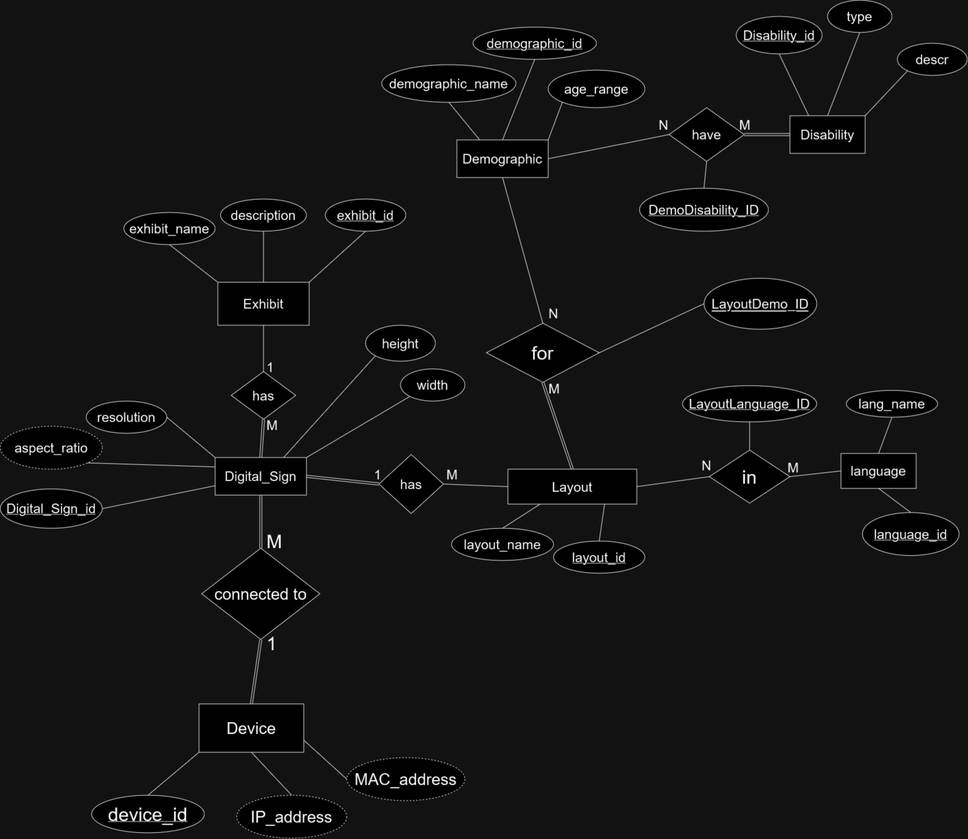
The draw.io diagram Database_Formulation/Science_Center.png in KORAY-AMAN-ASLAN/Project_SIMS_Technichus_Group, before a commit. Source tidied: cells renumbered, new cells last; positions are measured from the earlier drawing's top-left corner, leaving out a move shared by most shapes.
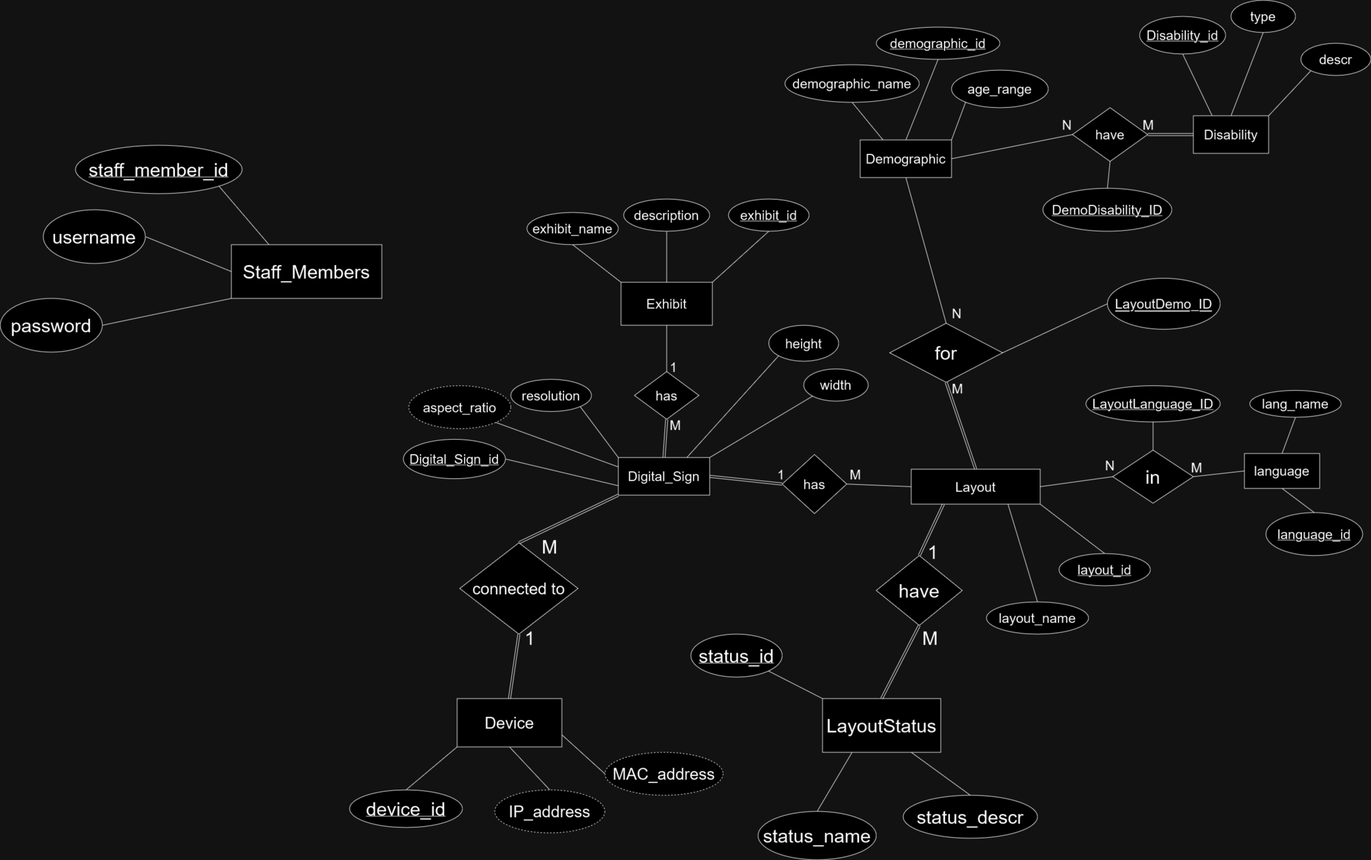
The same diagram one commit later.

Commit message:
added individual reflections, updated database ER diagram, and added UML component diagram

The edit, as a diff of the source:
```diff
@@ -48,9 +48,9 @@
       <mxGeometry x="905" y="601.2" width="210" height="110" as="geometry" />
     </mxCell>
     <mxCell id="17" value="&lt;font style=&quot;font-size: 25px;&quot;&gt;layout_id&lt;/font&gt;" style="ellipse;whiteSpace=wrap;html=1;align=center;fontStyle=4;" parent="1" vertex="1">
-      <mxGeometry x="1030" y="1006.8" width="170" height="60" as="geometry" />
+      <mxGeometry x="1220" y="1030" width="170" height="60" as="geometry" />
     </mxCell>
-    <mxCell id="18" style="endArrow=none;html=1;rounded=0;entryX=0.5;entryY=0;entryDx=0;entryDy=0;exitX=0.75;exitY=1;exitDx=0;exitDy=0;" parent="1" edge="1" source="15" target="17">
+    <mxCell id="18" style="endArrow=none;html=1;rounded=0;entryX=0.5;entryY=0;entryDx=0;entryDy=0;exitX=1;exitY=1;exitDx=0;exitDy=0;" parent="1" edge="1" source="15" target="17">
       <mxGeometry relative="1" as="geometry" />
     </mxCell>
     <mxCell id="19" style="endArrow=none;html=1;rounded=0;exitX=1;exitY=0.5;exitDx=0;exitDy=0;entryX=0;entryY=0.5;entryDx=0;entryDy=0;" parent="1" edge="1" source="33" target="15">
@@ -72,9 +72,9 @@
       <mxGeometry x="1015" y="701.2" width="40" height="30" as="geometry" />
     </mxCell>
     <mxCell id="25" value="&lt;font style=&quot;font-size: 25px;&quot;&gt;layout_name&lt;/font&gt;" style="ellipse;whiteSpace=wrap;html=1;align=center;" parent="1" vertex="1">
-      <mxGeometry x="840" y="983" width="190" height="60" as="geometry" />
+      <mxGeometry x="1085" y="1120" width="190" height="60" as="geometry" />
     </mxCell>
-    <mxCell id="26" style="endArrow=none;html=1;rounded=0;entryX=0.5;entryY=0;entryDx=0;entryDy=0;exitX=0.25;exitY=1;exitDx=0;exitDy=0;" parent="1" edge="1" source="15" target="25">
+    <mxCell id="26" style="endArrow=none;html=1;rounded=0;entryX=0.5;entryY=0;entryDx=0;entryDy=0;exitX=0.75;exitY=1;exitDx=0;exitDy=0;" parent="1" edge="1" source="15" target="25">
       <mxGeometry relative="1" as="geometry" />
     </mxCell>
     <mxCell id="27" value="&lt;font style=&quot;font-size: 25px;&quot;&gt;demographic_name&lt;/font&gt;" style="ellipse;whiteSpace=wrap;html=1;align=center;" parent="1" vertex="1">
@@ -195,7 +195,7 @@
       <mxGeometry x="430" y="691.2" width="120" height="88.8" as="geometry" />
     </mxCell>
     <mxCell id="66" value="&lt;font style=&quot;font-size: 25px;&quot;&gt;Digital_Sign_id&lt;/font&gt;" style="ellipse;whiteSpace=wrap;html=1;align=center;fontStyle=4;" parent="1" vertex="1">
-      <mxGeometry y="909.8" width="190" height="73.2" as="geometry" />
+      <mxGeometry y="817.4" width="190" height="73.2" as="geometry" />
     </mxCell>
     <mxCell id="67" value="&lt;font style=&quot;font-size: 25px;&quot;&gt;height&lt;/font&gt;" style="ellipse;whiteSpace=wrap;html=1;align=center;" parent="1" vertex="1">
       <mxGeometry x="680" y="605" width="130" height="67" as="geometry" />
@@ -210,22 +210,22 @@
       <mxGeometry relative="1" as="geometry" />
     </mxCell>
     <mxCell id="71" value="&lt;font style=&quot;font-size: 25px;&quot;&gt;resolution&lt;/font&gt;" style="ellipse;whiteSpace=wrap;html=1;align=center;" parent="1" vertex="1">
-      <mxGeometry x="160" y="746.2" width="150" height="60" as="geometry" />
+      <mxGeometry x="200" y="705.6" width="150" height="60" as="geometry" />
     </mxCell>
     <mxCell id="72" value="&lt;font style=&quot;font-size: 25px;&quot;&gt;aspect_ratio&lt;/font&gt;" style="ellipse;whiteSpace=wrap;html=1;align=center;dashed=1;" parent="1" vertex="1">
-      <mxGeometry y="793" width="190" height="80" as="geometry" />
+      <mxGeometry x="10" y="717.5" width="190" height="80" as="geometry" />
     </mxCell>
-    <mxCell id="73" style="endArrow=none;html=1;rounded=0;exitX=1;exitY=0.5;exitDx=0;exitDy=0;entryX=0;entryY=0;entryDx=0;entryDy=0;" parent="1" edge="1" source="71" target="64">
+    <mxCell id="73" style="endArrow=none;html=1;rounded=0;exitX=1;exitY=1;exitDx=0;exitDy=0;entryX=0;entryY=0;entryDx=0;entryDy=0;" parent="1" edge="1" source="71" target="64">
       <mxGeometry relative="1" as="geometry" />
     </mxCell>
     <mxCell id="74" style="endArrow=none;html=1;rounded=0;exitX=1;exitY=1;exitDx=0;exitDy=0;entryX=0;entryY=0.25;entryDx=0;entryDy=0;" parent="1" edge="1" source="72" target="64">
       <mxGeometry relative="1" as="geometry" />
     </mxCell>
     <mxCell id="75" value="&lt;font style=&quot;font-size: 30px;&quot;&gt;connected to&lt;/font&gt;" style="shape=rhombus;perimeter=rhombusPerimeter;whiteSpace=wrap;html=1;align=center;" parent="1" vertex="1">
-      <mxGeometry x="375" y="1020" width="220" height="170" as="geometry" />
+      <mxGeometry x="105" y="1010" width="220" height="170" as="geometry" />
     </mxCell>
     <mxCell id="76" value="&lt;font style=&quot;font-size: 30px;&quot;&gt;Device&lt;/font&gt;" style="whiteSpace=wrap;html=1;align=center;" parent="1" vertex="1">
-      <mxGeometry x="370" y="1310" width="195" height="90" as="geometry" />
+      <mxGeometry x="100" y="1300" width="195" height="90" as="geometry" />
     </mxCell>
     <mxCell id="77" style="endArrow=none;html=1;rounded=0;entryX=0.5;entryY=0;entryDx=0;entryDy=0;exitX=0;exitY=1;exitDx=0;exitDy=0;" parent="1" edge="1" source="76" target="82">
       <mxGeometry relative="1" as="geometry" />
@@ -233,17 +233,17 @@
     <mxCell id="78" style="shape=link;html=1;rounded=0;exitX=0.5;exitY=1;exitDx=0;exitDy=0;entryX=0.5;entryY=0;entryDx=0;entryDy=0;" parent="1" edge="1" source="75" target="76">
       <mxGeometry relative="1" as="geometry" />
     </mxCell>
-    <mxCell id="79" style="shape=link;html=1;rounded=0;exitX=0.5;exitY=1;exitDx=0;exitDy=0;entryX=0.5;entryY=0;entryDx=0;entryDy=0;" parent="1" edge="1" source="64" target="75">
+    <mxCell id="79" style="shape=link;html=1;rounded=0;exitX=0;exitY=1;exitDx=0;exitDy=0;entryX=0.5;entryY=0;entryDx=0;entryDy=0;" parent="1" edge="1" source="64" target="75">
       <mxGeometry relative="1" as="geometry" />
     </mxCell>
     <mxCell id="80" value="&lt;font style=&quot;font-size: 35px;&quot;&gt;1&lt;/font&gt;" style="text;strokeColor=none;fillColor=none;spacingLeft=4;spacingRight=4;overflow=hidden;fontSize=12;whiteSpace=wrap;html=1;" parent="1" vertex="1">
-      <mxGeometry x="490" y="1170" width="40" height="60" as="geometry" />
+      <mxGeometry x="220" y="1160" width="40" height="60" as="geometry" />
     </mxCell>
     <mxCell id="81" value="&lt;font style=&quot;font-size: 35px;&quot;&gt;M&lt;/font&gt;" style="text;strokeColor=none;fillColor=none;spacingLeft=4;spacingRight=4;overflow=hidden;fontSize=12;whiteSpace=wrap;html=1;" parent="1" vertex="1">
-      <mxGeometry x="490" y="980" width="40" height="50" as="geometry" />
+      <mxGeometry x="252.5" y="990" width="40" height="60" as="geometry" />
     </mxCell>
     <mxCell id="82" value="&lt;font style=&quot;font-size: 35px;&quot;&gt;device_id&lt;/font&gt;" style="ellipse;whiteSpace=wrap;html=1;align=center;fontStyle=4;" parent="1" vertex="1">
-      <mxGeometry x="170" y="1480" width="210" height="70" as="geometry" />
+      <mxGeometry x="-100" y="1470" width="210" height="70" as="geometry" />
     </mxCell>
     <mxCell id="83" style="endArrow=none;html=1;rounded=0;entryX=0.5;entryY=0;entryDx=0;entryDy=0;exitX=0.5;exitY=1;exitDx=0;exitDy=0;" parent="1" edge="1" source="76" target="85">
       <mxGeometry relative="1" as="geometry" />
@@ -252,10 +252,67 @@
       <mxGeometry relative="1" as="geometry" />
     </mxCell>
     <mxCell id="85" value="&lt;font style=&quot;font-size: 30px;&quot;&gt;IP_address&lt;/font&gt;" style="ellipse;whiteSpace=wrap;html=1;align=center;dashed=1;" parent="1" vertex="1">
-      <mxGeometry x="440" y="1480" width="205" height="80" as="geometry" />
+      <mxGeometry x="170" y="1470" width="205" height="80" as="geometry" />
     </mxCell>
     <mxCell id="86" value="&lt;font style=&quot;font-size: 30px;&quot;&gt;MAC_address&lt;/font&gt;" style="ellipse;whiteSpace=wrap;html=1;align=center;dashed=1;" parent="1" vertex="1">
-      <mxGeometry x="645" y="1410" width="220" height="80" as="geometry" />
+      <mxGeometry x="375" y="1400" width="220" height="80" as="geometry" />
     </mxCell>
+    <mxCell id="87" value="&lt;font style=&quot;font-size: 35px;&quot;&gt;LayoutStatus&lt;/font&gt;" style="whiteSpace=wrap;html=1;align=center;" parent="1" vertex="1">
+      <mxGeometry x="780" y="1300" width="220" height="100" as="geometry" />
+    </mxCell>
+    <mxCell id="88" value="&lt;font style=&quot;font-size: 35px;&quot;&gt;have&lt;/font&gt;" style="shape=rhombus;perimeter=rhombusPerimeter;whiteSpace=wrap;html=1;align=center;" parent="1" vertex="1">
+      <mxGeometry x="880" y="1033.8" width="160" height="130" as="geometry" />
+    </mxCell>
+    <mxCell id="89" style="shape=link;html=1;rounded=0;entryX=0.25;entryY=1;entryDx=0;entryDy=0;exitX=0.5;exitY=0;exitDx=0;exitDy=0;" parent="1" edge="1" source="88" target="15">
+      <mxGeometry relative="1" as="geometry" />
+    </mxCell>
+    <mxCell id="90" style="shape=link;html=1;rounded=0;entryX=0.5;entryY=1;entryDx=0;entryDy=0;exitX=0.5;exitY=0;exitDx=0;exitDy=0;" parent="1" edge="1" source="87" target="88">
+      <mxGeometry relative="1" as="geometry" />
+    </mxCell>
+    <mxCell id="91" value="&lt;font style=&quot;font-size: 35px;&quot;&gt;M&lt;/font&gt;" style="text;strokeColor=none;fillColor=none;spacingLeft=4;spacingRight=4;overflow=hidden;fontSize=12;whiteSpace=wrap;html=1;" parent="1" vertex="1">
+      <mxGeometry x="960" y="1160" width="40" height="60" as="geometry" />
+    </mxCell>
+    <mxCell id="92" value="&lt;font style=&quot;font-size: 35px;&quot;&gt;1&lt;/font&gt;" style="text;strokeColor=none;fillColor=none;spacingLeft=4;spacingRight=4;overflow=hidden;fontSize=12;whiteSpace=wrap;html=1;" parent="1" vertex="1">
+      <mxGeometry x="970" y="1000" width="40" height="60" as="geometry" />
+    </mxCell>
+    <mxCell id="93" value="&lt;font style=&quot;font-size: 35px;&quot;&gt;status_id&lt;/font&gt;" style="ellipse;whiteSpace=wrap;html=1;align=center;fontStyle=4;" parent="1" vertex="1">
+      <mxGeometry x="535" y="1180" width="170" height="80" as="geometry" />
+    </mxCell>
+    <mxCell id="94" style="endArrow=none;html=1;rounded=0;entryX=0;entryY=0;entryDx=0;entryDy=0;exitX=1;exitY=1;exitDx=0;exitDy=0;" parent="1" edge="1" source="93" target="87">
+      <mxGeometry relative="1" as="geometry" />
+    </mxCell>
+    <mxCell id="95" value="&lt;font style=&quot;font-size: 35px;&quot;&gt;status_name&lt;/font&gt;" style="ellipse;whiteSpace=wrap;html=1;align=center;" parent="1" vertex="1">
+      <mxGeometry x="660" y="1510" width="220" height="90" as="geometry" />
+    </mxCell>
+    <mxCell id="96" style="endArrow=none;html=1;rounded=0;entryX=0.5;entryY=0;entryDx=0;entryDy=0;exitX=0.25;exitY=1;exitDx=0;exitDy=0;" parent="1" edge="1" source="87" target="95">
+      <mxGeometry relative="1" as="geometry" />
+    </mxCell>
+    <mxCell id="97" value="&lt;font style=&quot;font-size: 35px;&quot;&gt;status_descr&lt;/font&gt;" style="ellipse;whiteSpace=wrap;html=1;align=center;" parent="1" vertex="1">
+      <mxGeometry x="930" y="1480" width="250" height="80" as="geometry" />
+    </mxCell>
+    <mxCell id="98" style="endArrow=none;html=1;rounded=0;entryX=0.5;entryY=0;entryDx=0;entryDy=0;exitX=0.75;exitY=1;exitDx=0;exitDy=0;" parent="1" edge="1" source="87" target="97">
+      <mxGeometry relative="1" as="geometry" />
+    </mxCell>
+    <mxCell id="99" value="&lt;font style=&quot;font-size: 35px;&quot;&gt;Staff_Members&lt;/font&gt;" style="whiteSpace=wrap;html=1;align=center;" parent="1" vertex="1">
+      <mxGeometry x="-320" y="455" width="280" height="100" as="geometry" />
+    </mxCell>
+    <mxCell id="100" value="&lt;font style=&quot;font-size: 35px;&quot;&gt;staff_member_id&lt;/font&gt;" style="ellipse;whiteSpace=wrap;html=1;align=center;fontStyle=4;" parent="1" vertex="1">
+      <mxGeometry x="-610" y="270" width="310" height="90" as="geometry" />
+    </mxCell>
+    <mxCell id="101" style="endArrow=none;html=1;rounded=0;entryX=1;entryY=1;entryDx=0;entryDy=0;exitX=0.25;exitY=0;exitDx=0;exitDy=0;" parent="1" edge="1" source="99" target="100">
+      <mxGeometry relative="1" as="geometry" />
+    </mxCell>
+    <mxCell id="102" value="&lt;font style=&quot;font-size: 35px;&quot;&gt;username&lt;/font&gt;" style="ellipse;whiteSpace=wrap;html=1;align=center;" parent="1" vertex="1">
+      <mxGeometry x="-670" y="390" width="190" height="100" as="geometry" />
+    </mxCell>
+    <mxCell id="103" value="&lt;font style=&quot;font-size: 35px;&quot;&gt;password&lt;/font&gt;" style="ellipse;whiteSpace=wrap;html=1;align=center;" parent="1" vertex="1">
+      <mxGeometry x="-750" y="555" width="190" height="100" as="geometry" />
+    </mxCell>
+    <mxCell id="104" style="endArrow=none;html=1;rounded=0;entryX=0;entryY=0.5;entryDx=0;entryDy=0;exitX=1;exitY=0.5;exitDx=0;exitDy=0;" parent="1" edge="1" source="102" target="99">
+      <mxGeometry relative="1" as="geometry" />
+    </mxCell>
+    <mxCell id="105" style="endArrow=none;html=1;rounded=0;exitX=1;exitY=0.5;exitDx=0;exitDy=0;entryX=0;entryY=1;entryDx=0;entryDy=0;" parent="1" edge="1" source="103" target="99">
+      <mxGeometry relative="1" as="geometry" />
+    </mxCell>
   </root>
 </mxGraphModel>
```
